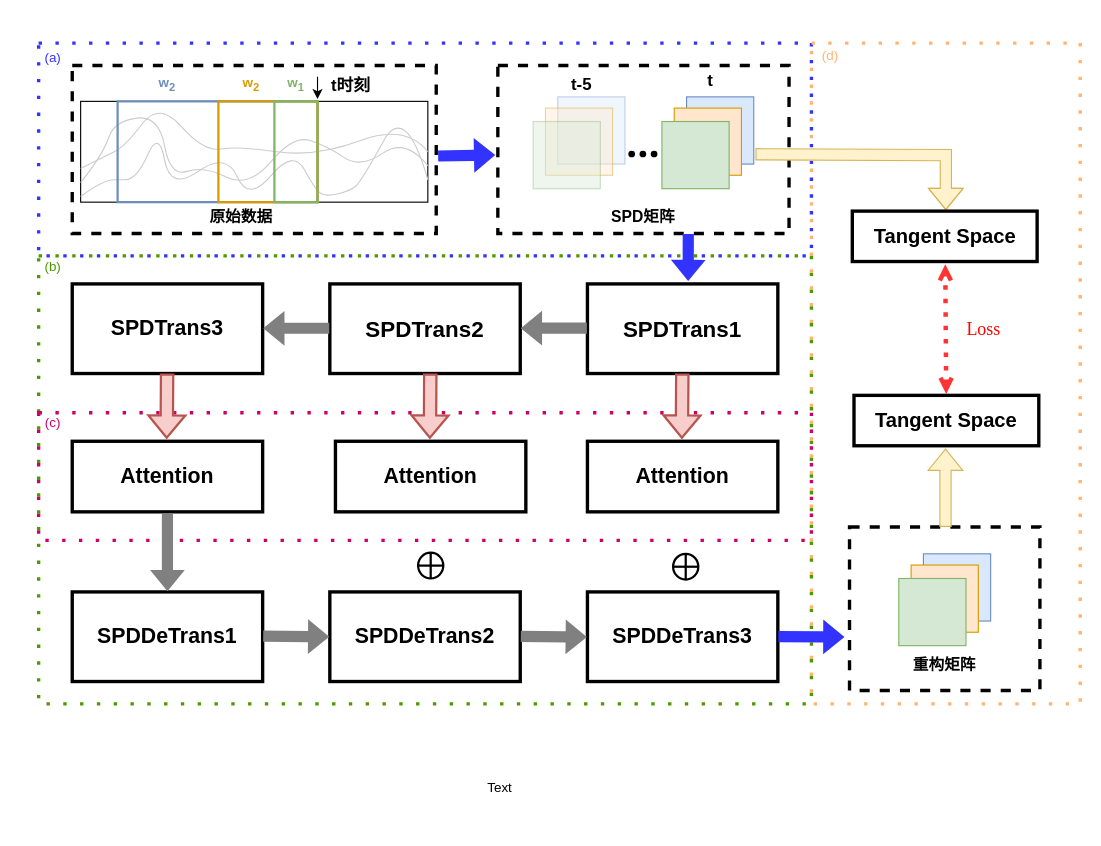
Earlier version of the draw.io diagram page "第 10 页" (10 of 10) of spd.drawio (balllightnings/draw). Source tidied: cells renumbered, new cells numbered last; positions are measured from the earlier drawing's top-left corner, leaving out a move shared by most shapes. Both pictures are drawn from the tidied source at 112%, with x=0, y=0 at pixel (19, 39).
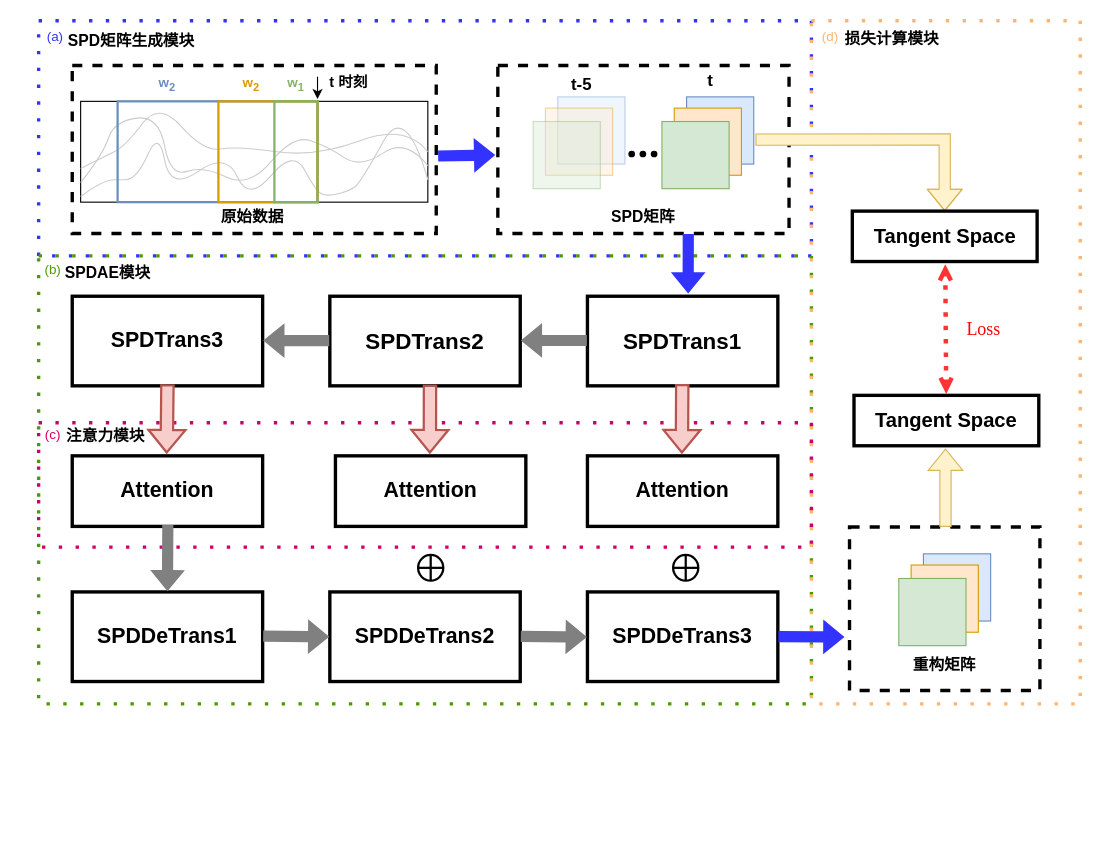
The same diagram, later.

Unchanged cells that the change refers to:
```xml
<mxCell id="7" style="whiteSpace=wrap;html=1;strokeColor=#6c8ebf;fontFamily=Times New Roman;fontSize=8.5;fillColor=#dae8fc;" parent="1" vertex="1">
  <mxGeometry x="595.5" y="51" width="60" height="60" as="geometry" />
</mxCell>
<mxCell id="49" value="&lt;font style=&quot;font-size: 18px;&quot;&gt;&lt;b&gt;Tangent Space&lt;br&gt;&lt;/b&gt;&lt;/font&gt;" style="rounded=0;whiteSpace=wrap;html=1;strokeWidth=3;fillColor=none;" parent="1" vertex="1">
  <mxGeometry x="743.5" y="153" width="165" height="45" as="geometry" />
</mxCell>
```

Diff of the diagram source:
```diff
@@
     <mxCell id="2" style="rounded=0;whiteSpace=wrap;html=1;fillStyle=auto;strokeColor=#3333FF;fillColor=none;gradientColor=default;dashed=1;strokeWidth=3;dashPattern=1 4;" parent="1" vertex="1">
-      <mxGeometry x="17" y="3" width="690" height="190" as="geometry" />
+      <mxGeometry x="17" y="-17" width="690" height="210" as="geometry" />
     </mxCell>
@@
     <mxCell id="4" style="rounded=0;whiteSpace=wrap;html=1;fillStyle=auto;strokeColor=#CC0066;fillColor=none;gradientColor=default;dashed=1;strokeWidth=3;dashPattern=1 4;" parent="1" vertex="1">
-      <mxGeometry x="17" y="333" width="690" height="114" as="geometry" />
+      <mxGeometry x="17" y="342" width="690" height="111" as="geometry" />
     </mxCell>
     <mxCell id="5" style="rounded=0;whiteSpace=wrap;html=1;fillStyle=auto;strokeColor=#FFB570;fillColor=none;gradientColor=default;dashed=1;strokeWidth=3;dashPattern=1 4;" parent="1" vertex="1">
-      <mxGeometry x="707" y="3" width="240" height="590" as="geometry" />
+      <mxGeometry x="707" y="-17" width="240" height="610" as="geometry" />
     </mxCell>
@@
     <mxCell id="20" value="&lt;b&gt;&lt;font style=&quot;font-size: 20px;&quot;&gt;SPDTrans1&lt;/font&gt;&lt;/b&gt;" style="rounded=0;whiteSpace=wrap;html=1;strokeWidth=3;fillColor=none;" parent="1" vertex="1">
-      <mxGeometry x="507" y="218" width="170" height="80" as="geometry" />
+      <mxGeometry x="507" y="229" width="170" height="80" as="geometry" />
     </mxCell>
     <mxCell id="21" value="&lt;font style=&quot;font-size: 19px;&quot;&gt;&lt;b&gt;&lt;font style=&quot;font-size: 19px;&quot;&gt;SPDTrans3&lt;/font&gt;&lt;/b&gt;&lt;/font&gt;" style="rounded=0;whiteSpace=wrap;html=1;strokeWidth=3;fillColor=none;" parent="1" vertex="1">
-      <mxGeometry x="47" y="218" width="170" height="80" as="geometry" />
+      <mxGeometry x="47" y="229" width="170" height="80" as="geometry" />
     </mxCell>
     <mxCell id="22" value="&lt;b&gt;&lt;font style=&quot;font-size: 20px;&quot;&gt;SPDTrans2&lt;/font&gt;&lt;/b&gt;" style="rounded=0;whiteSpace=wrap;html=1;strokeWidth=3;fillColor=none;" parent="1" vertex="1">
-      <mxGeometry x="277" y="218" width="170" height="80" as="geometry" />
+      <mxGeometry x="277" y="229" width="170" height="80" as="geometry" />
     </mxCell>
     <mxCell id="23" style="shape=flexArrow;endArrow=classic;html=1;rounded=0;fillColor=#808080;strokeColor=none;" parent="1" edge="1">
       <mxGeometry relative="1" as="geometry">
-        <mxPoint x="507" y="257.5" as="sourcePoint" />
-        <mxPoint x="447" y="257.5" as="targetPoint" />
+        <mxPoint x="507" y="268.5" as="sourcePoint" />
+        <mxPoint x="447" y="268.5" as="targetPoint" />
       </mxGeometry>
     </mxCell>
     <mxCell id="24" style="shape=flexArrow;endArrow=classic;html=1;rounded=0;fillColor=#808080;strokeColor=none;" parent="1" edge="1">
       <mxGeometry relative="1" as="geometry">
-        <mxPoint x="277" y="257.6" as="sourcePoint" />
-        <mxPoint x="217" y="257.6" as="targetPoint" />
+        <mxPoint x="277" y="268.6" as="sourcePoint" />
+        <mxPoint x="217" y="268.6" as="targetPoint" />
       </mxGeometry>
     </mxCell>
     <mxCell id="25" value="&lt;b&gt;&lt;font style=&quot;font-size: 19px;&quot;&gt;Attention&lt;/font&gt;&lt;/b&gt;" style="rounded=0;whiteSpace=wrap;html=1;strokeWidth=3;fillColor=none;" parent="1" vertex="1">
-      <mxGeometry x="47" y="358.5" width="170" height="63" as="geometry" />
+      <mxGeometry x="47" y="371.5" width="170" height="63" as="geometry" />
     </mxCell>
@@
-    <mxCell id="27" style="shape=flexArrow;endArrow=classic;html=1;rounded=0;fillColor=#808080;strokeColor=none;" parent="1" edge="1">
+    <mxCell id="27" style="shape=flexArrow;endArrow=classic;html=1;rounded=0;fillColor=#808080;strokeColor=none;exitX=0.502;exitY=0.972;exitDx=0;exitDy=0;exitPerimeter=0;" parent="1" edge="1" source="25">
       <mxGeometry relative="1" as="geometry">
-        <mxPoint x="132" y="423" as="sourcePoint" />
         <mxPoint x="132" y="493" as="targetPoint" />
       </mxGeometry>
     </mxCell>
-    <mxCell id="28" style="shape=flexArrow;endArrow=classic;html=1;rounded=0;strokeWidth=2;fontFamily=Times New Roman;fontSize=20;fillColor=#f8cecc;strokeColor=#b85450;entryX=0.496;entryY=-0.033;entryDx=0;entryDy=0;entryPerimeter=0;" parent="1" edge="1" target="25">
-      <mxGeometry relative="1" as="geometry">
-        <mxPoint x="131.7" y="298" as="sourcePoint" />
-      </mxGeometry>
+    <mxCell id="28" style="shape=flexArrow;endArrow=classic;html=1;rounded=0;strokeWidth=2;fontFamily=Times New Roman;fontSize=20;fillColor=#f8cecc;strokeColor=#b85450;entryX=0.496;entryY=-0.033;entryDx=0;entryDy=0;entryPerimeter=0;exitX=0.5;exitY=0.983;exitDx=0;exitDy=0;exitPerimeter=0;" parent="1" edge="1" source="21" target="25">
+      <mxGeometry relative="1" as="geometry" />
     </mxCell>
@@
     <mxCell id="31" value="&lt;b&gt;&lt;font style=&quot;font-size: 19px;&quot;&gt;Attention&lt;/font&gt;&lt;/b&gt;" style="rounded=0;whiteSpace=wrap;html=1;strokeWidth=3;fillColor=none;" parent="1" vertex="1">
-      <mxGeometry x="282" y="358.5" width="170" height="63" as="geometry" />
+      <mxGeometry x="282" y="371.5" width="170" height="63" as="geometry" />
     </mxCell>
-    <mxCell id="32" style="shape=flexArrow;endArrow=classic;html=1;rounded=0;strokeWidth=2;fontFamily=Times New Roman;fontSize=20;fillColor=#f8cecc;strokeColor=#b85450;entryX=0.496;entryY=-0.033;entryDx=0;entryDy=0;entryPerimeter=0;" parent="1" edge="1" target="31">
-      <mxGeometry relative="1" as="geometry">
-        <mxPoint x="366.7" y="298" as="sourcePoint" />
-      </mxGeometry>
+    <mxCell id="32" style="shape=flexArrow;endArrow=classic;html=1;rounded=0;strokeWidth=2;fontFamily=Times New Roman;fontSize=20;fillColor=#f8cecc;strokeColor=#b85450;entryX=0.496;entryY=-0.033;entryDx=0;entryDy=0;entryPerimeter=0;exitX=0.526;exitY=0.987;exitDx=0;exitDy=0;exitPerimeter=0;" parent="1" edge="1" source="22" target="31">
+      <mxGeometry relative="1" as="geometry" />
     </mxCell>
     <mxCell id="33" value="&lt;b&gt;&lt;font style=&quot;font-size: 19px;&quot;&gt;Attention&lt;/font&gt;&lt;/b&gt;" style="rounded=0;whiteSpace=wrap;html=1;strokeWidth=3;fillColor=none;" parent="1" vertex="1">
-      <mxGeometry x="507" y="358.5" width="170" height="63" as="geometry" />
+      <mxGeometry x="507" y="371.5" width="170" height="63" as="geometry" />
     </mxCell>
-    <mxCell id="34" style="shape=flexArrow;endArrow=classic;html=1;rounded=0;strokeWidth=2;fontFamily=Times New Roman;fontSize=20;fillColor=#f8cecc;strokeColor=#b85450;entryX=0.496;entryY=-0.033;entryDx=0;entryDy=0;entryPerimeter=0;" parent="1" edge="1" target="33">
-      <mxGeometry relative="1" as="geometry">
-        <mxPoint x="591.7" y="298" as="sourcePoint" />
-      </mxGeometry>
+    <mxCell id="34" style="shape=flexArrow;endArrow=classic;html=1;rounded=0;strokeWidth=2;fontFamily=Times New Roman;fontSize=20;fillColor=#f8cecc;strokeColor=#b85450;entryX=0.496;entryY=-0.033;entryDx=0;entryDy=0;entryPerimeter=0;exitX=0.498;exitY=0.979;exitDx=0;exitDy=0;exitPerimeter=0;" parent="1" edge="1" source="20" target="33">
+      <mxGeometry relative="1" as="geometry" />
     </mxCell>
     <mxCell id="35" style="shape=orEllipse;perimeter=ellipsePerimeter;whiteSpace=wrap;html=1;backgroundOutline=1;fillStyle=auto;fontSize=1;fontColor=#CCFFFF;strokeColor=default;strokeWidth=2;fillColor=#FFFFFF;gradientColor=none;" parent="1" vertex="1">
-      <mxGeometry x="583.5" y="459" width="22.5" height="23" as="geometry" />
+      <mxGeometry x="583.5" y="460" width="22.5" height="23" as="geometry" />
     </mxCell>
     <mxCell id="36" style="shape=orEllipse;perimeter=ellipsePerimeter;whiteSpace=wrap;html=1;backgroundOutline=1;fillStyle=auto;fontSize=1;fontColor=#CCFFFF;strokeColor=default;strokeWidth=2;fillColor=#FFFFFF;gradientColor=none;" parent="1" vertex="1">
-      <mxGeometry x="355.8" y="458" width="22.5" height="23" as="geometry" />
+      <mxGeometry x="355.8" y="460" width="22.5" height="23" as="geometry" />
     </mxCell>
@@
-    <mxCell id="46" style="shape=flexArrow;endArrow=classic;html=1;rounded=0;fillColor=#fff2cc;strokeColor=#d6b656;endSize=6;startSize=6;exitX=1.025;exitY=0.854;exitDx=0;exitDy=0;exitPerimeter=0;" parent="1" edge="1" source="7">
+    <mxCell id="46" style="shape=flexArrow;endArrow=classic;html=1;rounded=0;fillColor=#fff2cc;strokeColor=#d6b656;endSize=6;startSize=6;exitX=1.025;exitY=0.854;exitDx=0;exitDy=0;exitPerimeter=0;entryX=0.5;entryY=0;entryDx=0;entryDy=0;" parent="1" edge="1" target="49">
       <mxGeometry relative="1" as="geometry">
-        <mxPoint x="827" y="152.2" as="targetPoint" />
+        <mxPoint x="657" y="89.2" as="sourcePoint" />
         <Array as="points">
-          <mxPoint x="827" y="103" />
+          <mxPoint x="826" y="89" />
         </Array>
       </mxGeometry>
     </mxCell>
@@
     <mxCell id="52" value="&lt;font color=&quot;#3333ff&quot;&gt;(a)&lt;/font&gt;" style="text;html=1;strokeColor=none;fillColor=none;align=center;verticalAlign=middle;whiteSpace=wrap;rounded=0;" parent="1" vertex="1">
-      <mxGeometry y="1" width="60" height="30" as="geometry" />
+      <mxGeometry x="2" y="-17" width="60" height="30" as="geometry" />
     </mxCell>
     <mxCell id="53" value="&lt;font color=&quot;#4d9900&quot;&gt;(b)&lt;/font&gt;" style="text;html=1;strokeColor=none;fillColor=none;align=center;verticalAlign=middle;whiteSpace=wrap;rounded=0;" parent="1" vertex="1">
-      <mxGeometry y="188" width="60" height="30" as="geometry" />
+      <mxGeometry y="191" width="60" height="30" as="geometry" />
     </mxCell>
     <mxCell id="54" value="&lt;font color=&quot;#cc0066&quot;&gt;(c)&lt;/font&gt;" style="text;html=1;strokeColor=none;fillColor=none;align=center;verticalAlign=middle;whiteSpace=wrap;rounded=0;" parent="1" vertex="1">
-      <mxGeometry y="327" width="60" height="30" as="geometry" />
+      <mxGeometry y="338" width="60" height="30" as="geometry" />
     </mxCell>
     <mxCell id="55" value="&lt;font color=&quot;#ffb570&quot;&gt;(d)&lt;/font&gt;" style="text;html=1;strokeColor=none;fillColor=none;align=center;verticalAlign=middle;whiteSpace=wrap;rounded=0;" parent="1" vertex="1">
-      <mxGeometry x="694" width="60" height="30" as="geometry" />
+      <mxGeometry x="694" y="-17" width="60" height="30" as="geometry" />
     </mxCell>
@@
-    <mxCell id="63" value="&lt;font size=&quot;1&quot;&gt;&lt;b style=&quot;font-size: 15px;&quot;&gt;t时刻&lt;br&gt;&lt;/b&gt;&lt;/font&gt;" style="text;html=1;strokeColor=none;fillColor=none;align=center;verticalAlign=middle;whiteSpace=wrap;rounded=0;" parent="1" vertex="1">
-      <mxGeometry x="266" y="25" width="60" height="30" as="geometry" />
+    <mxCell id="63" value="&lt;font style=&quot;font-size: 13px;&quot;&gt;&lt;b&gt;t 时刻&lt;br&gt;&lt;/b&gt;&lt;/font&gt;" style="text;html=1;strokeColor=none;fillColor=none;align=center;verticalAlign=middle;whiteSpace=wrap;rounded=0;" parent="1" vertex="1">
+      <mxGeometry x="264" y="23" width="60" height="30" as="geometry" />
     </mxCell>
-    <mxCell id="64" value="Text" style="text;html=1;strokeColor=none;fillColor=none;align=center;verticalAlign=middle;whiteSpace=wrap;rounded=0;" parent="1" vertex="1">
-      <mxGeometry x="398.5" y="633" width="60" height="70" as="geometry" />
-    </mxCell>
-    <mxCell id="65" value="&lt;font size=&quot;1&quot;&gt;&lt;b style=&quot;font-size: 14px;&quot;&gt;原始数据&lt;/b&gt;&lt;/font&gt;" style="text;html=1;strokeColor=none;fillColor=none;align=center;verticalAlign=middle;whiteSpace=wrap;rounded=0;" parent="1" vertex="1">
-      <mxGeometry x="167.5" y="143" width="60" height="30" as="geometry" />
+    <mxCell id="65" value="&lt;font style=&quot;font-size: 14px;&quot;&gt;&lt;b&gt;SPDAE模块&lt;br&gt;&lt;/b&gt;&lt;/font&gt;" style="text;html=1;strokeColor=none;fillColor=none;align=center;verticalAlign=middle;whiteSpace=wrap;rounded=0;" parent="1" vertex="1">
+      <mxGeometry x="19" y="193" width="120" height="30" as="geometry" />
     </mxCell>
@@
+    <mxCell id="72" value="&lt;font size=&quot;1&quot;&gt;&lt;b style=&quot;font-size: 14px;&quot;&gt;原始数据&lt;/b&gt;&lt;/font&gt;" style="text;html=1;strokeColor=none;fillColor=none;align=center;verticalAlign=middle;whiteSpace=wrap;rounded=0;" parent="1" vertex="1">
+      <mxGeometry x="177.5" y="143" width="60" height="30" as="geometry" />
+    </mxCell>
+    <mxCell id="73" value="&lt;font style=&quot;font-size: 14px;&quot;&gt;&lt;b&gt;SPD矩阵生成模块&lt;br&gt;&lt;/b&gt;&lt;/font&gt;" style="text;html=1;strokeColor=none;fillColor=none;align=center;verticalAlign=middle;whiteSpace=wrap;rounded=0;" parent="1" vertex="1">
+      <mxGeometry x="40" y="-14" width="120" height="30" as="geometry" />
+    </mxCell>
+    <mxCell id="74" value="&lt;font style=&quot;font-size: 14px;&quot;&gt;&lt;b&gt;损失计算模块&lt;br&gt;&lt;/b&gt;&lt;/font&gt;" style="text;html=1;strokeColor=none;fillColor=none;align=center;verticalAlign=middle;whiteSpace=wrap;rounded=0;" parent="1" vertex="1">
+      <mxGeometry x="719" y="-16" width="120" height="30" as="geometry" />
+    </mxCell>
+    <mxCell id="75" value="&lt;font style=&quot;font-size: 14px;&quot;&gt;&lt;b&gt;注意力模块&lt;br&gt;&lt;/b&gt;&lt;/font&gt;" style="text;html=1;strokeColor=none;fillColor=none;align=center;verticalAlign=middle;whiteSpace=wrap;rounded=0;" parent="1" vertex="1">
+      <mxGeometry x="17" y="339" width="120" height="30" as="geometry" />
+    </mxCell>
```
